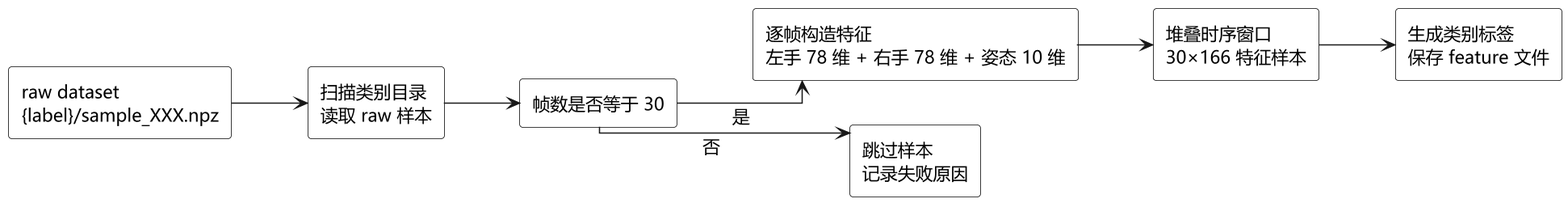
The PlantUML diagram figures/chapter06/realtime-feature-convert-flow.png in maydayyezhen/thesis-latex, before a commit.
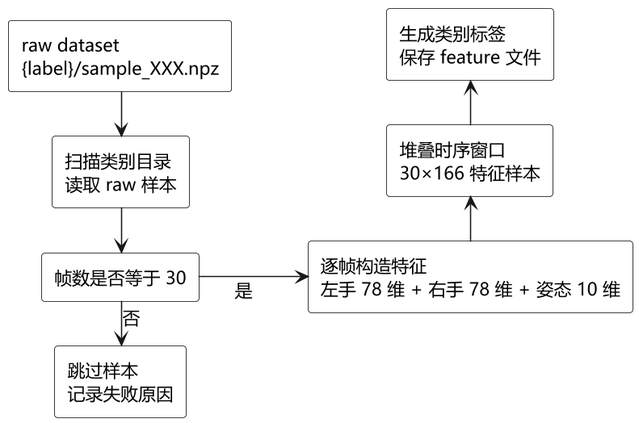
The same diagram one commit later.

Diff of the diagram source:
```diff
@@ -22,11 +22,11 @@
 rectangle "生成类别标签\n保存 feature 文件" as save
 rectangle "跳过样本\n记录失败原因" as skip
 
-raw --> scan
-scan --> check
-check --> frame : 是
-frame --> stack
-stack --> save
-check -down-> skip : 否
+raw -right-> scan
+scan -right-> check
+check -down-> frame : 是
+frame -left-> stack
+stack -left-> save
+check -right-> skip : 否
 
 @enduml
```
